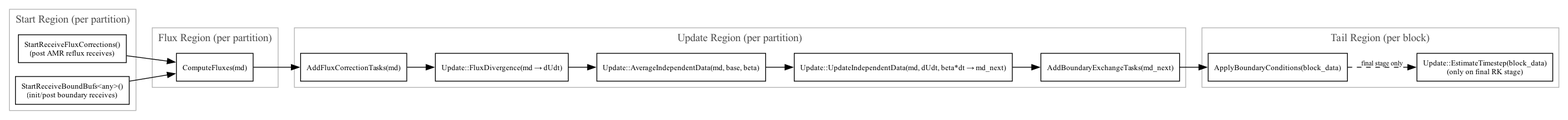
The Graphviz diagram task_graph.png in BenWibking/parthenon-example-code, before a commit. Its source is kept beside it as task_graph.dot.
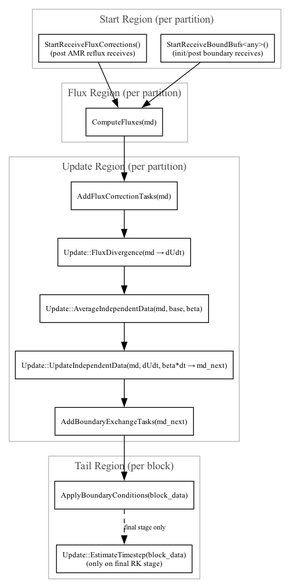
After the change.

Commit message:
add task graph to README

What changed in the source:
```diff
@@ -1,5 +1,5 @@
 digraph EulerSparseTasks {
-  rankdir=LR;
+  rankdir=TB;
   node [shape=box, fontsize=10];
 
   subgraph cluster_start {
```
